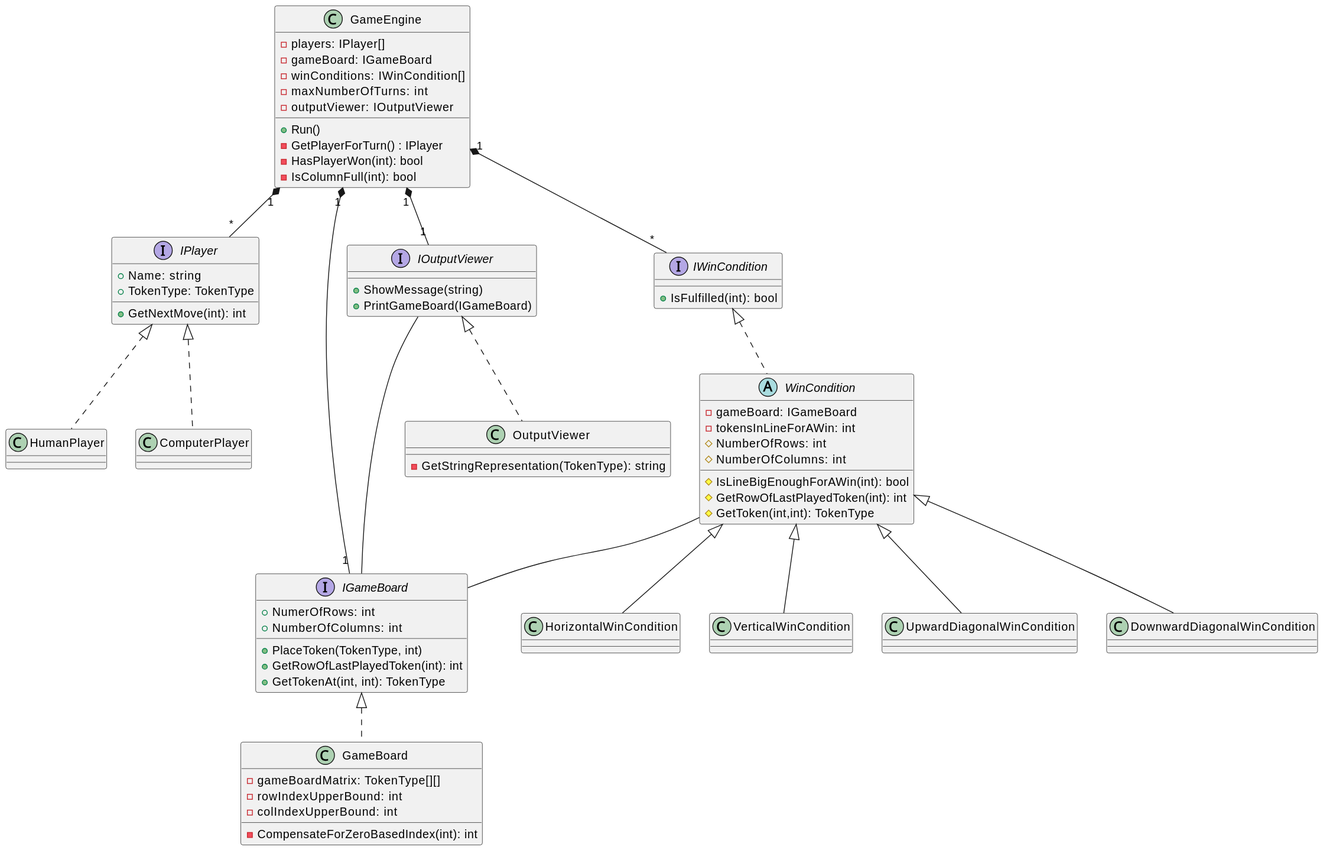
Above: out/umldiagram/ConnectFour.svg in Lee245/ConnectFour (PlantUML), before the change.
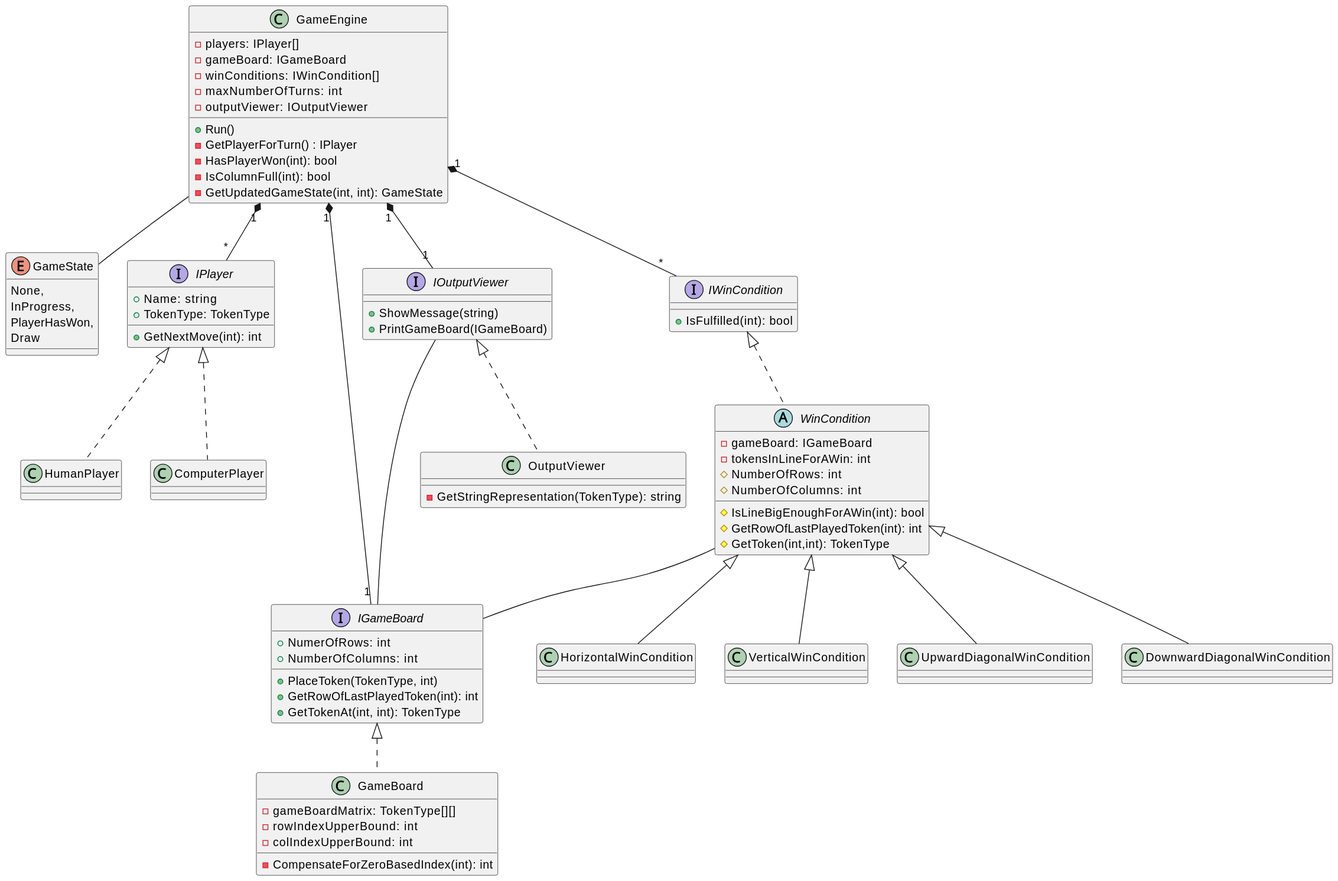
After the commit.

Diff of the diagram source:
```diff
@@ -1,4 +1,11 @@
 @startuml
+enum GameState {
+    None,
+    InProgress,
+    PlayerHasWon,
+    Draw
+}
+
 class GameEngine {
     -players: IPlayer[]
     -gameBoard: IGameBoard
@@ -9,6 +16,7 @@
     -GetPlayerForTurn() : IPlayer
     -HasPlayerWon(int): bool
     -IsColumnFull(int): bool
+    -GetUpdatedGameState(int, int): GameState
 }
 
 interface IPlayer {
@@ -63,6 +71,7 @@
 class DownwardDiagonalWinCondition
 
 
+GameEngine -- GameState
 GameEngine "1" *-- "*" IPlayer
 GameEngine "1" *-- "*" IWinCondition
 GameEngine "1" *-- "1" IOutputViewer
```
